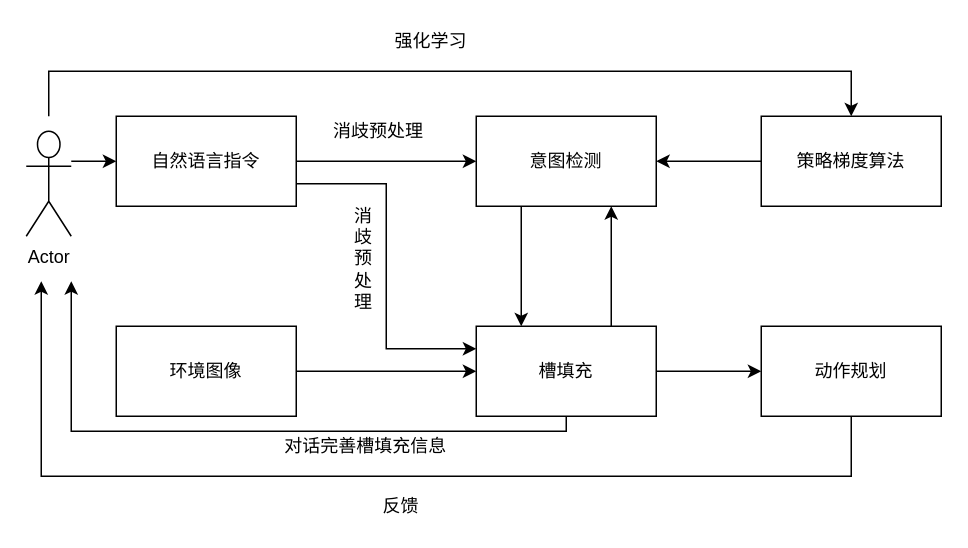
This is 项目流程图.drawio from jeave/-, a draw.io file, before an edit. Source tidied: cells renumbered, new cells numbered last; positions are measured from the earlier drawing's top-left corner, leaving out a move shared by most shapes. Both pictures are drawn from the tidied source at 150%, with x=0, y=0 at pixel (26, 26).
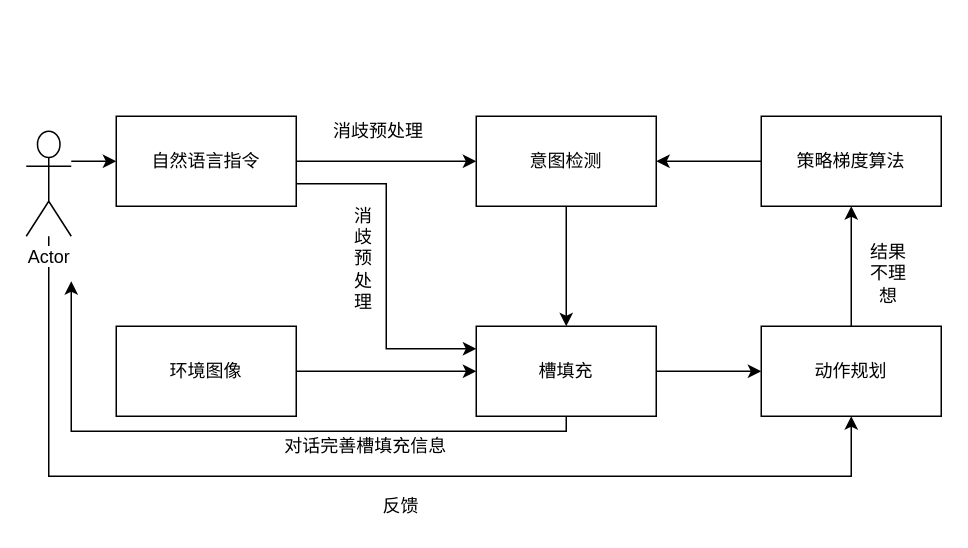
The same page after the edit.

Commit message:
更新项目流程图.drawio

The change refers to these unchanged cells:
```xml
<mxCell id="4" value="Actor" style="shape=umlActor;verticalLabelPosition=bottom;labelBackgroundColor=#ffffff;verticalAlign=top;html=1;" parent="1" vertex="1">
  <mxGeometry y="70" width="30" height="70" as="geometry" />
</mxCell>
<mxCell id="9" value="意图检测" style="rounded=0;whiteSpace=wrap;html=1;" parent="1" vertex="1">
  <mxGeometry x="300" y="60" width="120" height="60" as="geometry" />
</mxCell>
<mxCell id="13" value="槽填充" style="rounded=0;whiteSpace=wrap;html=1;" parent="1" vertex="1">
  <mxGeometry x="300" y="200" width="120" height="60" as="geometry" />
</mxCell>
<mxCell id="15" value="动作规划" style="rounded=0;whiteSpace=wrap;html=1;" parent="1" vertex="1">
  <mxGeometry x="490" y="200" width="120" height="60" as="geometry" />
</mxCell>
<mxCell id="17" value="策略梯度算法" style="rounded=0;whiteSpace=wrap;html=1;" parent="1" vertex="1">
  <mxGeometry x="490" y="60" width="120" height="60" as="geometry" />
</mxCell>
```

The edit, as a diff of the source:
```diff
@@
-    <mxCell id="2" style="edgeStyle=orthogonalEdgeStyle;rounded=0;jettySize=auto;html=1;entryX=0.5;entryY=0;entryDx=0;entryDy=0;" parent="1" edge="1" target="17">
-      <mxGeometry relative="1" as="geometry">
-        <mxPoint x="15" y="60" as="sourcePoint" />
-        <Array as="points">
-          <mxPoint x="15" y="30" />
-          <mxPoint x="550" y="30" />
-        </Array>
-      </mxGeometry>
-    </mxCell>
@@
+    <mxCell id="25" style="edgeStyle=orthogonalEdgeStyle;rounded=0;jettySize=auto;html=1;entryX=0.5;entryY=1;entryDx=0;entryDy=0;" parent="1" edge="1" source="4" target="15">
+      <mxGeometry relative="1" as="geometry">
+        <Array as="points">
+          <mxPoint x="15" y="300" />
+          <mxPoint x="550" y="300" />
+        </Array>
+      </mxGeometry>
+    </mxCell>
@@
     <mxCell id="8" style="edgeStyle=orthogonalEdgeStyle;rounded=0;jettySize=auto;html=1;" parent="1" edge="1" source="9" target="13">
       <mxGeometry relative="1" as="geometry">
         <Array as="points">
-          <mxPoint x="330" y="170" />
-          <mxPoint x="330" y="170" />
+          <mxPoint x="360" y="170" />
+          <mxPoint x="360" y="170" />
         </Array>
       </mxGeometry>
     </mxCell>
@@
-    <mxCell id="10" style="edgeStyle=orthogonalEdgeStyle;rounded=0;jettySize=auto;html=1;" parent="1" edge="1" source="13" target="9">
-      <mxGeometry relative="1" as="geometry">
-        <Array as="points">
-          <mxPoint x="390" y="160" />
-          <mxPoint x="390" y="160" />
-        </Array>
-      </mxGeometry>
-    </mxCell>
@@
-    <mxCell id="14" style="edgeStyle=orthogonalEdgeStyle;rounded=0;jettySize=auto;html=1;" parent="1" edge="1" source="15">
-      <mxGeometry relative="1" as="geometry">
-        <mxPoint x="10" y="170" as="targetPoint" />
-        <Array as="points">
-          <mxPoint x="550" y="300" />
-          <mxPoint x="10" y="300" />
-        </Array>
-      </mxGeometry>
-    </mxCell>
+    <mxCell id="26" style="edgeStyle=orthogonalEdgeStyle;rounded=0;jettySize=auto;html=1;exitX=0.5;exitY=0;exitDx=0;exitDy=0;entryX=0.5;entryY=1;entryDx=0;entryDy=0;" parent="1" edge="1" source="15" target="17">
+      <mxGeometry relative="1" as="geometry" />
+    </mxCell>
@@
-    <mxCell id="21" value="强化学习&lt;br&gt;" style="text;html=1;strokeColor=none;fillColor=none;align=center;verticalAlign=middle;whiteSpace=wrap;rounded=0;" parent="1" vertex="1">
-      <mxGeometry x="220" width="100" height="20" as="geometry" />
-    </mxCell>
@@
+    <mxCell id="27" value="结果不理想" style="text;html=1;strokeColor=none;fillColor=none;align=center;verticalAlign=middle;whiteSpace=wrap;rounded=0;" parent="1" vertex="1">
+      <mxGeometry x="560" y="130" width="30" height="70" as="geometry" />
+    </mxCell>
```
